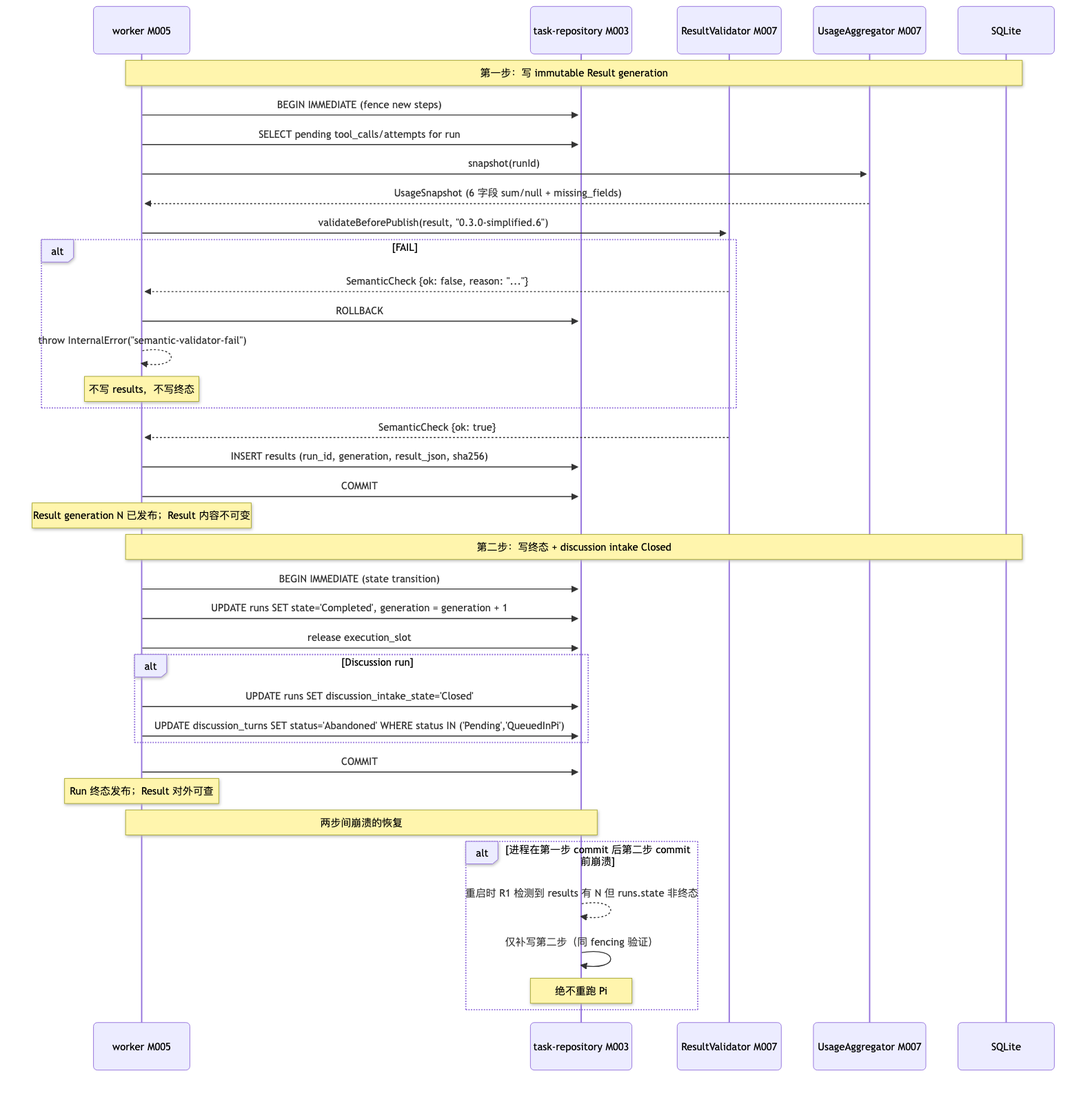
corezilla/piko keeps this Mermaid diagram as docs/20_system_design/assets/diagrams/SW-6a.png. Above is the earlier version. Its source is kept beside it as docs/20_system_design/assets/diagrams/SW-6a.mmd.
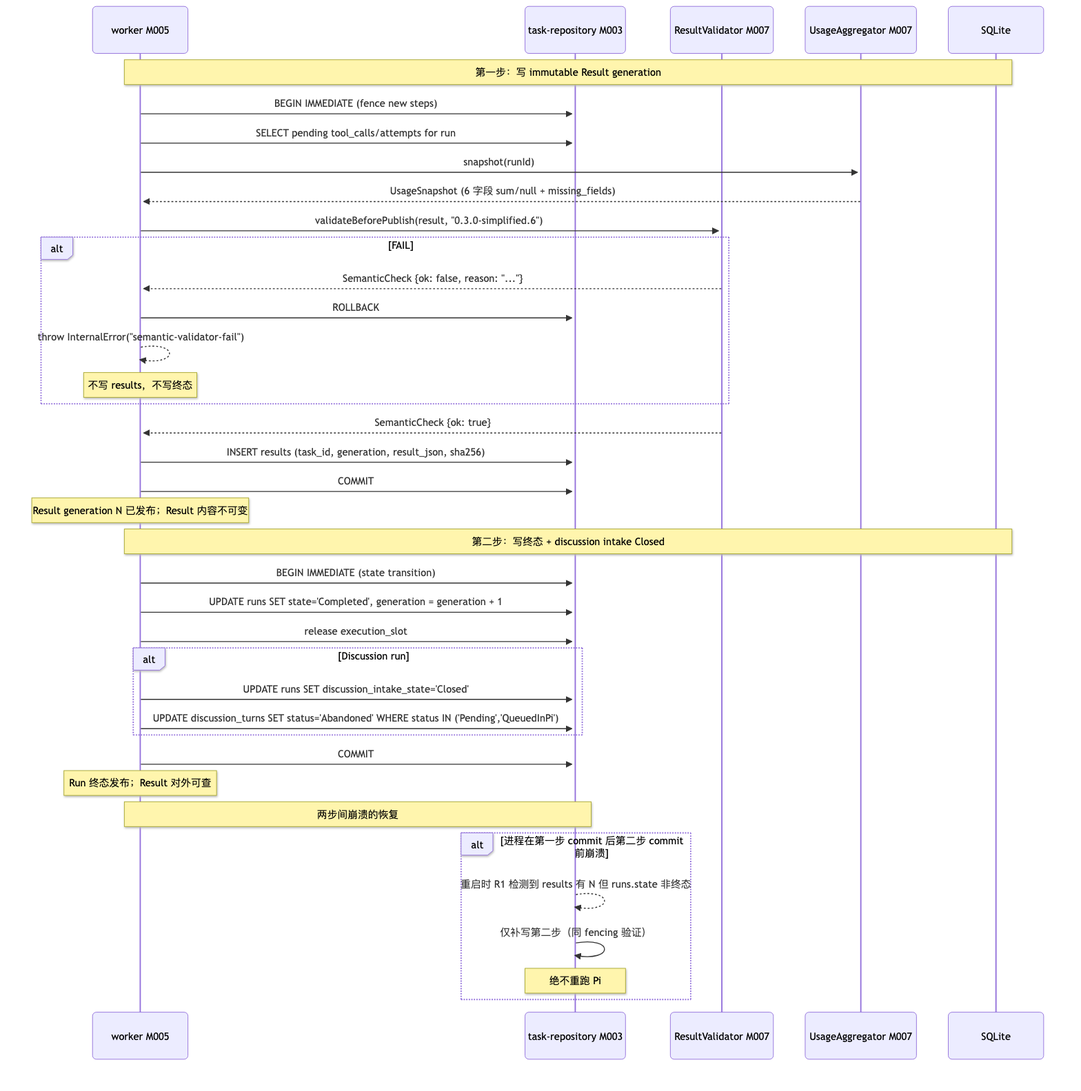
After the change.

The edit, as a diff of the source:
```diff
@@ -18,7 +18,7 @@
     Note over W: 不写 results，不写终态
   end
   V-->>W: SemanticCheck {ok: true}
-  W->>R: INSERT results (run_id, generation, result_json, sha256)
+  W->>R: INSERT results (task_id, generation, result_json, sha256)
   W->>R: COMMIT
   Note over W: Result generation N 已发布；Result 内容不可变
 
```
